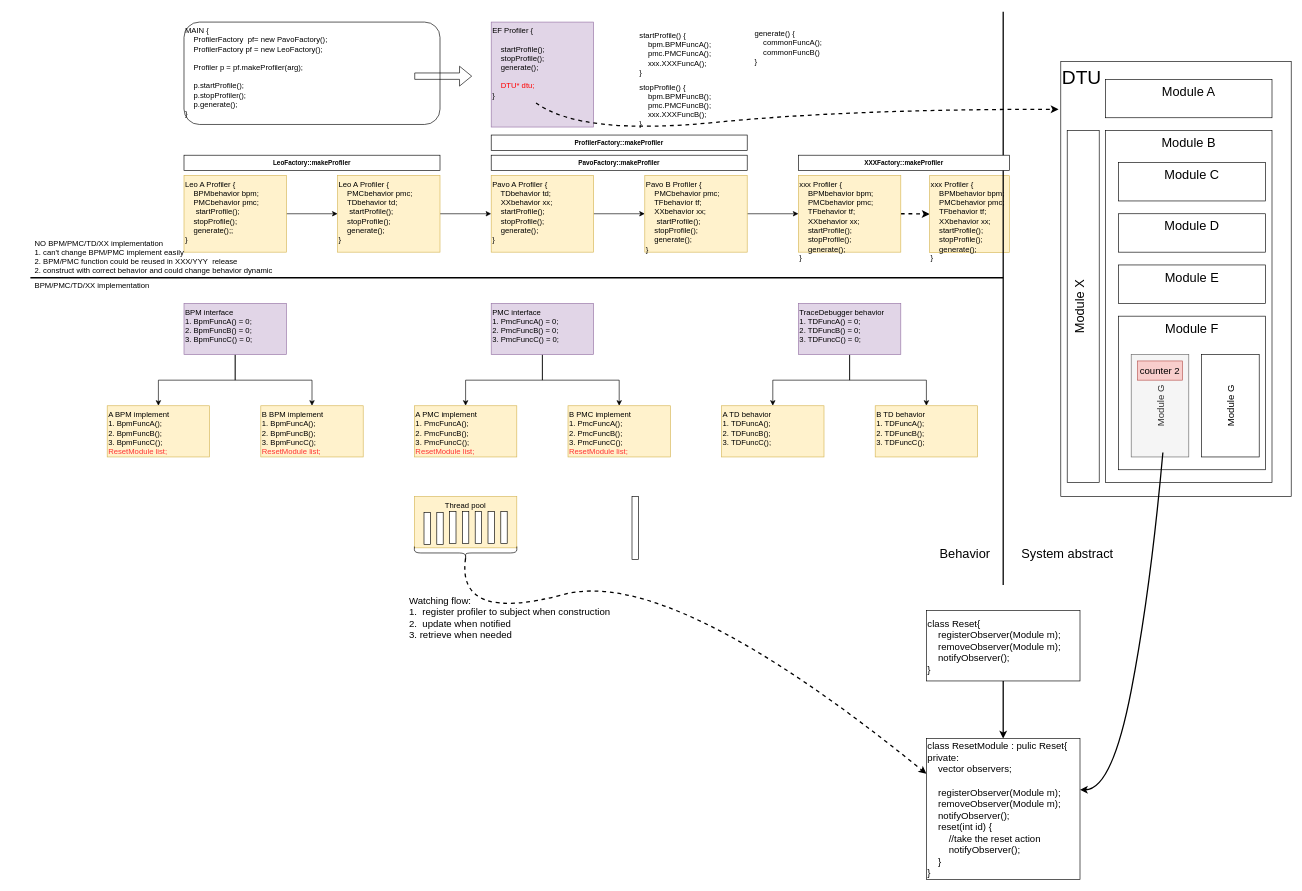
Earlier version of the draw.io diagram page "Page-2" (2 of 3) of diagram/bpm.drawio (dracohan/withon). Source tidied: cells renumbered, new cells numbered last; positions are measured from the earlier drawing's top-left corner, leaving out a move shared by most shapes. Both pictures are drawn from the tidied source at 64%, with x=0, y=0 at pixel (30, 12).
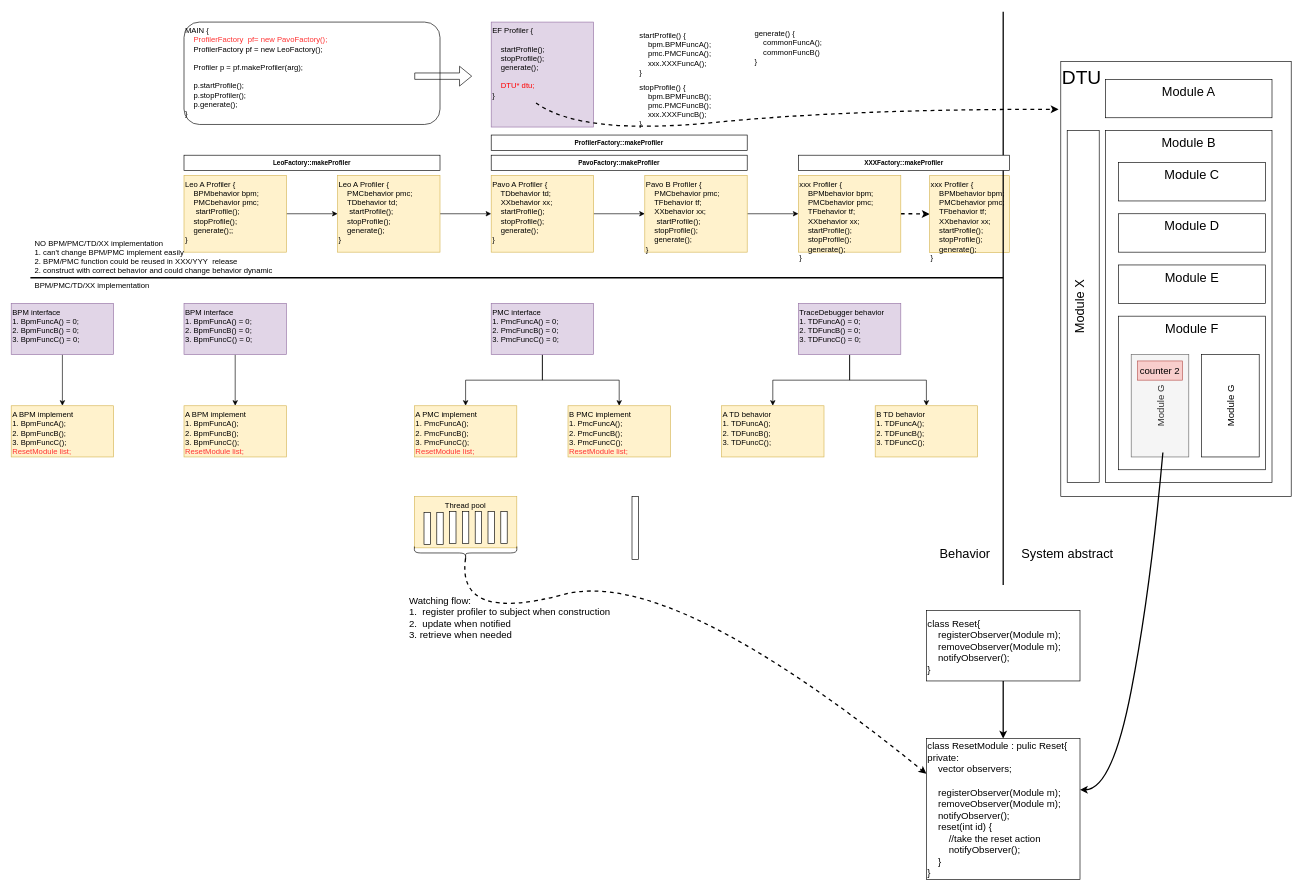
Above is the later version.

Unchanged cells that the change refers to:
```xml
<mxCell id="4" value="BPM interface&lt;br&gt;1. BpmFuncA() = 0;&lt;br&gt;2. BpmFuncB() = 0;&lt;br&gt;3. BpmFuncC()&amp;nbsp;= 0;" style="rounded=0;whiteSpace=wrap;html=1;labelPosition=center;verticalLabelPosition=middle;align=left;verticalAlign=top;fillColor=#e1d5e7;strokeColor=#9673a6;" parent="1" vertex="1">
  <mxGeometry x="240" y="455.5" width="160" height="80" as="geometry" />
</mxCell>
```

What changed in the source:
```diff
@@
-    <mxCell id="3" style="edgeStyle=orthogonalEdgeStyle;rounded=0;jettySize=auto;html=1;exitX=0.5;exitY=1;exitDx=0;exitDy=0;entryX=0.5;entryY=0;entryDx=0;entryDy=0;" parent="1" edge="1" source="4" target="5">
-      <mxGeometry relative="1" as="geometry" />
-    </mxCell>
@@
-    <mxCell id="5" value="B BPM implement&lt;br&gt;1. BpmFuncA();&lt;br&gt;2. BpmFuncB();&lt;br&gt;3. BpmFuncC();&lt;br&gt;&lt;span style=&quot;color: rgb(255 , 51 , 51)&quot;&gt;ResetModule list;&lt;/span&gt;" style="rounded=0;whiteSpace=wrap;html=1;align=left;verticalAlign=top;fillColor=#fff2cc;strokeColor=#d6b656;" parent="1" vertex="1">
-      <mxGeometry x="360" y="615.5" width="160" height="80" as="geometry" />
-    </mxCell>
     <mxCell id="6" value="A BPM implement&lt;br&gt;1. BpmFuncA();&lt;br&gt;2. BpmFuncB();&lt;br&gt;3. BpmFuncC();&lt;br&gt;&lt;font color=&quot;#ff3333&quot;&gt;ResetModule list;&lt;/font&gt;" style="rounded=0;whiteSpace=wrap;html=1;align=left;verticalAlign=top;fillColor=#fff2cc;strokeColor=#d6b656;" parent="1" vertex="1">
-      <mxGeometry x="120" y="615.5" width="160" height="80" as="geometry" />
+      <mxGeometry x="240" y="615.5" width="160" height="80" as="geometry" />
     </mxCell>
@@
-    <mxCell id="32" value="MAIN {&lt;br&gt;&amp;nbsp; &amp;nbsp; ProfilerFactory&amp;nbsp; pf= new PavoFactory();&lt;br&gt;&amp;nbsp; &amp;nbsp; ProfilerFactory pf = new LeoFactory();&lt;br&gt;&lt;br&gt;&amp;nbsp; &amp;nbsp; Profiler p = pf.makeProfiler(arg);&lt;br&gt;&lt;br&gt;&amp;nbsp; &amp;nbsp; p.startProfile();&lt;br&gt;&amp;nbsp; &amp;nbsp; p.stopProfiler();&lt;br&gt;&amp;nbsp; &amp;nbsp; p.generate();&lt;br&gt;}" style="rounded=1;whiteSpace=wrap;html=1;align=left;verticalAlign=top;" parent="1" vertex="1">
+    <mxCell id="32" value="MAIN {&lt;br&gt;&lt;font color=&quot;#ff3333&quot;&gt;&amp;nbsp; &amp;nbsp; ProfilerFactory&amp;nbsp; pf= new PavoFactory();&lt;br&gt;&lt;/font&gt;&amp;nbsp; &amp;nbsp; ProfilerFactory pf = new LeoFactory();&lt;br&gt;&lt;br&gt;&amp;nbsp; &amp;nbsp; Profiler p = pf.makeProfiler(arg);&lt;br&gt;&lt;br&gt;&amp;nbsp; &amp;nbsp; p.startProfile();&lt;br&gt;&amp;nbsp; &amp;nbsp; p.stopProfiler();&lt;br&gt;&amp;nbsp; &amp;nbsp; p.generate();&lt;br&gt;}" style="rounded=1;whiteSpace=wrap;html=1;align=left;verticalAlign=top;" parent="1" vertex="1">
       <mxGeometry x="240" y="16" width="400" height="160" as="geometry" />
     </mxCell>
@@
+    <mxCell id="72" style="edgeStyle=orthogonalEdgeStyle;rounded=0;jettySize=auto;html=1;" parent="1" edge="1" source="73" target="74">
+      <mxGeometry relative="1" as="geometry" />
+    </mxCell>
+    <mxCell id="73" value="BPM interface&lt;br&gt;1. BpmFuncA() = 0;&lt;br&gt;2. BpmFuncB() = 0;&lt;br&gt;3. BpmFuncC()&amp;nbsp;= 0;" style="rounded=0;whiteSpace=wrap;html=1;labelPosition=center;verticalLabelPosition=middle;align=left;verticalAlign=top;fillColor=#e1d5e7;strokeColor=#9673a6;" parent="1" vertex="1">
+      <mxGeometry x="-30" y="455.5" width="160" height="80" as="geometry" />
+    </mxCell>
+    <mxCell id="74" value="A BPM implement&lt;br&gt;1. BpmFuncA();&lt;br&gt;2. BpmFuncB();&lt;br&gt;3. BpmFuncC();&lt;br&gt;&lt;font color=&quot;#ff3333&quot;&gt;ResetModule list;&lt;/font&gt;" style="rounded=0;whiteSpace=wrap;html=1;align=left;verticalAlign=top;fillColor=#fff2cc;strokeColor=#d6b656;" parent="1" vertex="1">
+      <mxGeometry x="-30" y="615.5" width="160" height="80" as="geometry" />
+    </mxCell>
```
